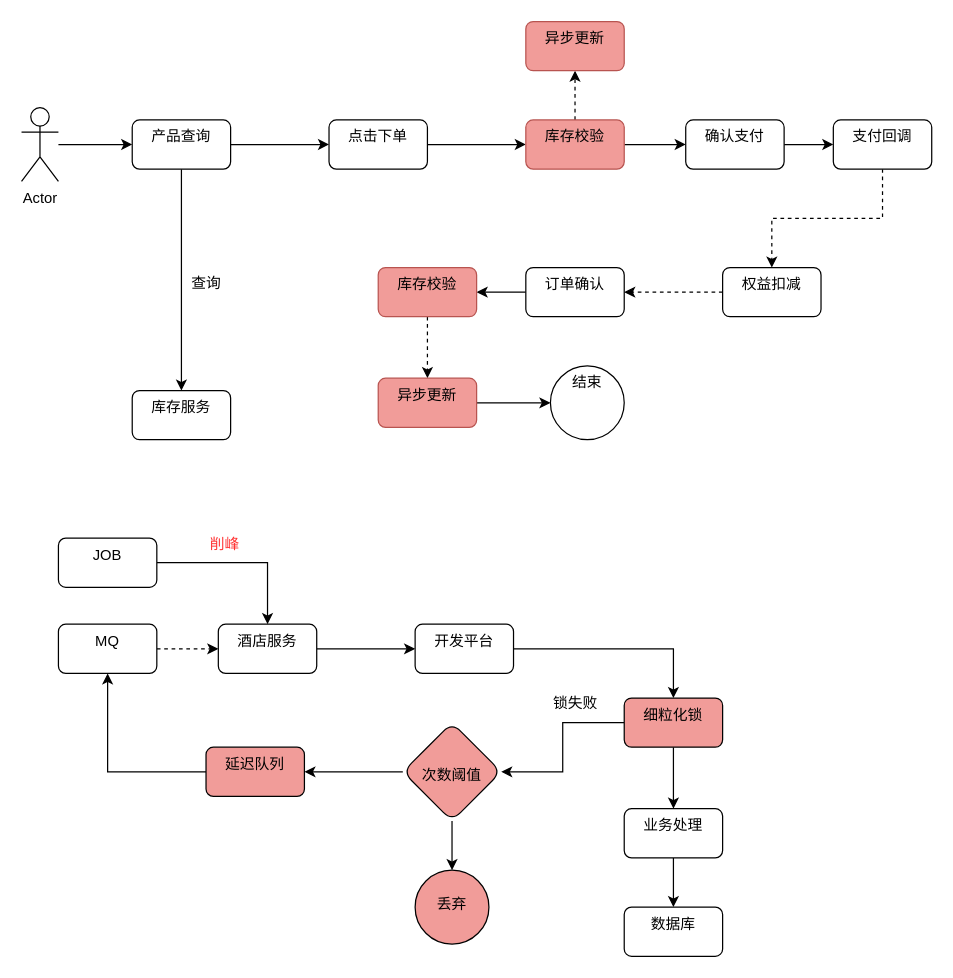
Above: page "第 3 页" (3 of 3) of 晋升.drawio in VilaNan/tsxxx.github.io (draw.io), before the change. Source tidied: cells renumbered, new cells numbered last; positions are measured from the earlier drawing's top-left corner, leaving out a move shared by most shapes. Both pictures are drawn from the tidied source at 123%, with x=0, y=0 at pixel (21, 21).
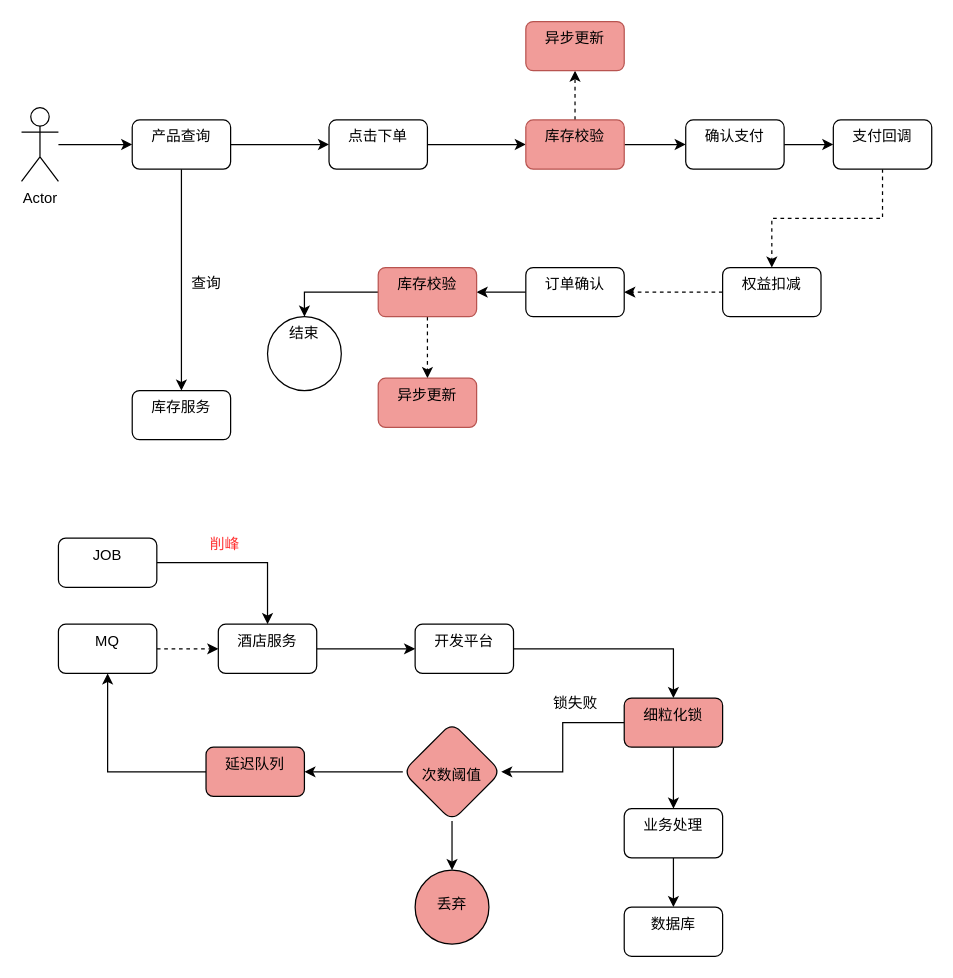
The same diagram, later.

Unchanged cells that the change refers to:
```xml
<mxCell id="29" value="库存校验" style="rounded=1;whiteSpace=wrap;html=1;verticalAlign=top;fillColor=#F19C99;strokeColor=#b85450;" parent="1" vertex="1">
  <mxGeometry x="290" y="200" width="80" height="40" as="geometry" />
</mxCell>
<mxCell id="31" value="异步更新" style="rounded=1;whiteSpace=wrap;html=1;verticalAlign=top;fillColor=#F19C99;strokeColor=#b85450;" parent="1" vertex="1">
  <mxGeometry x="290" y="290" width="80" height="40" as="geometry" />
</mxCell>
```

Diff of the diagram source:
```diff
@@
+    <mxCell id="50" style="edgeStyle=orthogonalEdgeStyle;rounded=0;jettySize=auto;html=1;entryX=0.5;entryY=0;entryDx=0;entryDy=0;" parent="1" edge="1" source="29" target="32">
+      <mxGeometry relative="1" as="geometry" />
+    </mxCell>
@@
-    <mxCell id="30" style="edgeStyle=orthogonalEdgeStyle;rounded=0;jettySize=auto;html=1;" parent="1" edge="1" source="31" target="32">
-      <mxGeometry relative="1" as="geometry" />
-    </mxCell>
@@
-    <mxCell id="32" value="结束" style="ellipse;whiteSpace=wrap;html=1;verticalAlign=top;rounded=1;" parent="1" vertex="1">
-      <mxGeometry x="430" y="280" width="60" height="60" as="geometry" />
-    </mxCell>
@@
+    <mxCell id="32" value="结束" style="ellipse;whiteSpace=wrap;html=1;verticalAlign=top;rounded=1;" parent="1" vertex="1">
+      <mxGeometry x="200" y="240" width="60" height="60" as="geometry" />
+    </mxCell>
```
